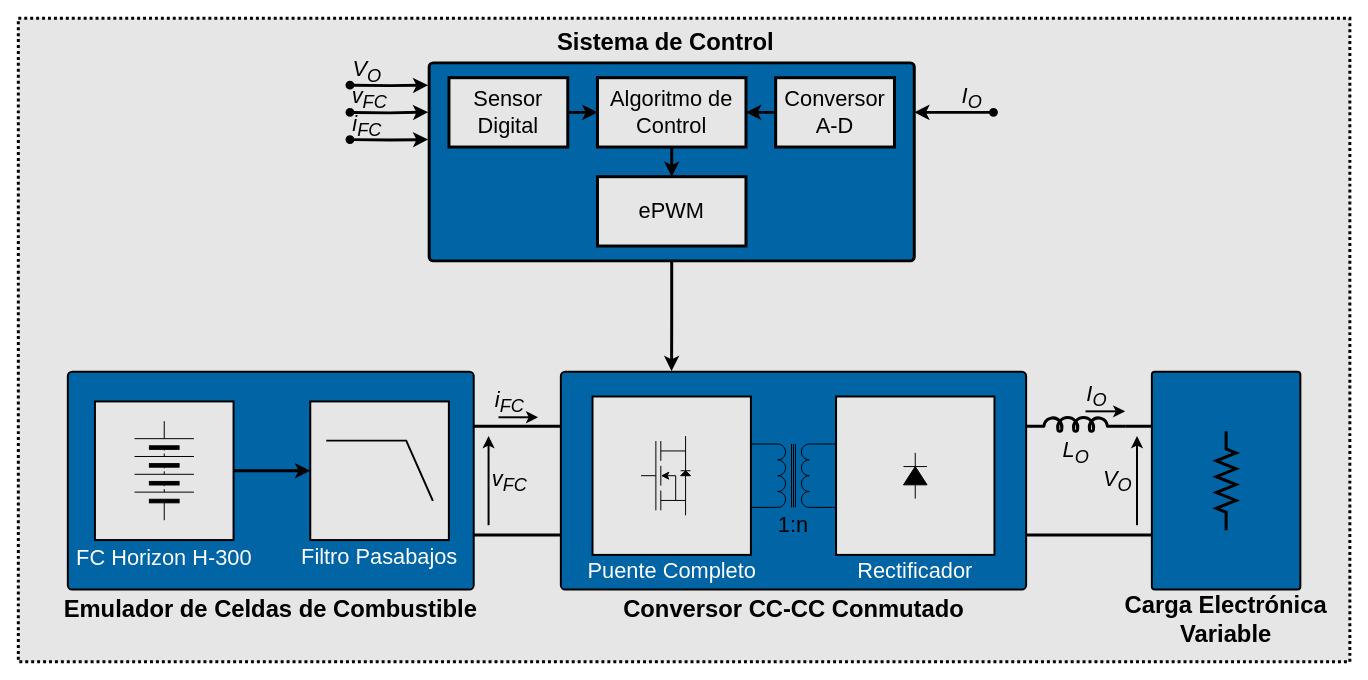
Above: Informe/Diagramas/Plataforma Experimental.drawio in tomas-tavella/Proyecto-Final (draw.io), before the change. Source tidied: cells renumbered, new cells numbered last; positions are measured from the earlier drawing's top-left corner, leaving out a move shared by most shapes. Both pictures are drawn from the tidied source at 99%, with x=0, y=0 at pixel (18, 18).
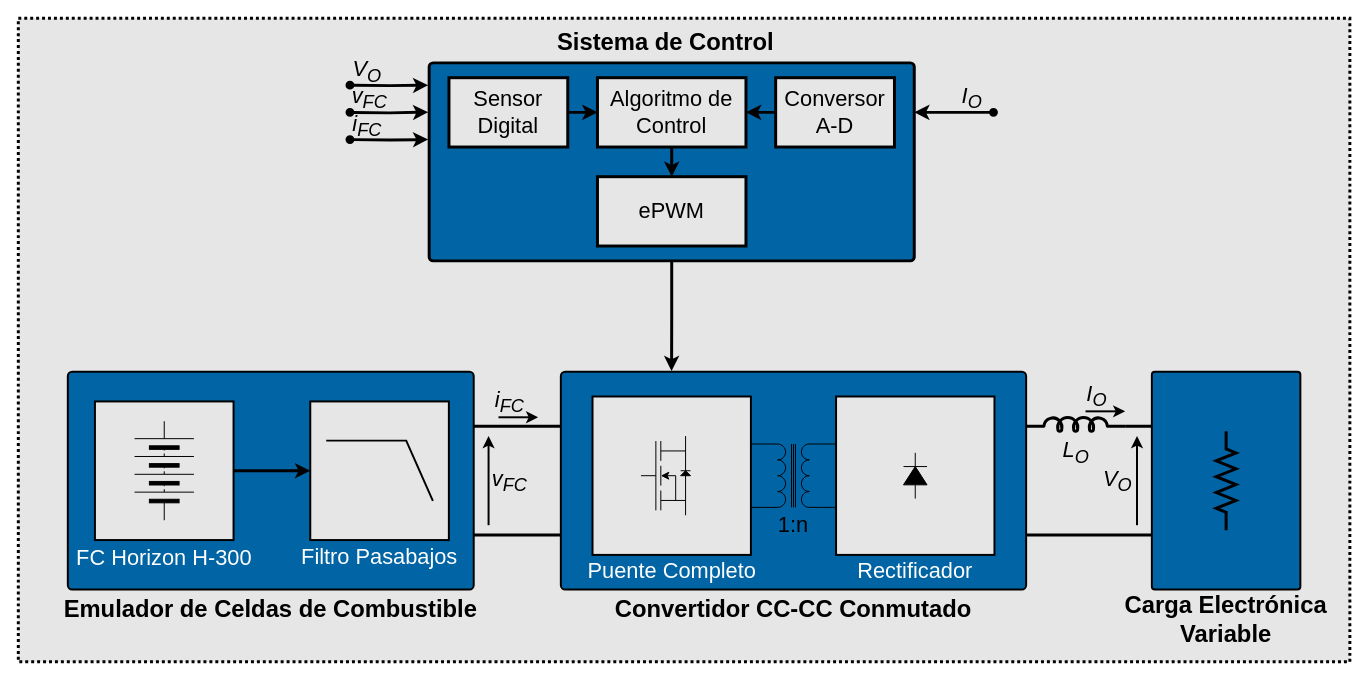
The same diagram, later.

Commit message (it also covers changes not shown here):
(Informe) Empezar la subsección del convertidor CC-CC

Diff of the diagram source:
```diff
@@
-    <mxCell id="25" value="&lt;font style=&quot;font-size: 24px;&quot;&gt;Conversor CC-CC Conmutado&lt;/font&gt;" style="text;html=1;strokeColor=none;fillColor=none;align=center;verticalAlign=middle;whiteSpace=wrap;rounded=0;fontFamily=CMU Serif;fontSize=20;fontStyle=1;" parent="1" vertex="1">
-      <mxGeometry x="590.6" y="582" width="384.8" height="30" as="geometry" />
+    <mxCell id="25" value="&lt;font style=&quot;font-size: 24px;&quot;&gt;Convertidor CC-CC Conmutado&lt;/font&gt;" style="text;html=1;strokeColor=none;fillColor=none;align=center;verticalAlign=middle;whiteSpace=wrap;rounded=0;fontFamily=CMU Serif;fontSize=20;fontStyle=1;" parent="1" vertex="1">
+      <mxGeometry x="580.8" y="582" width="404.4" height="30" as="geometry" />
     </mxCell>
```
